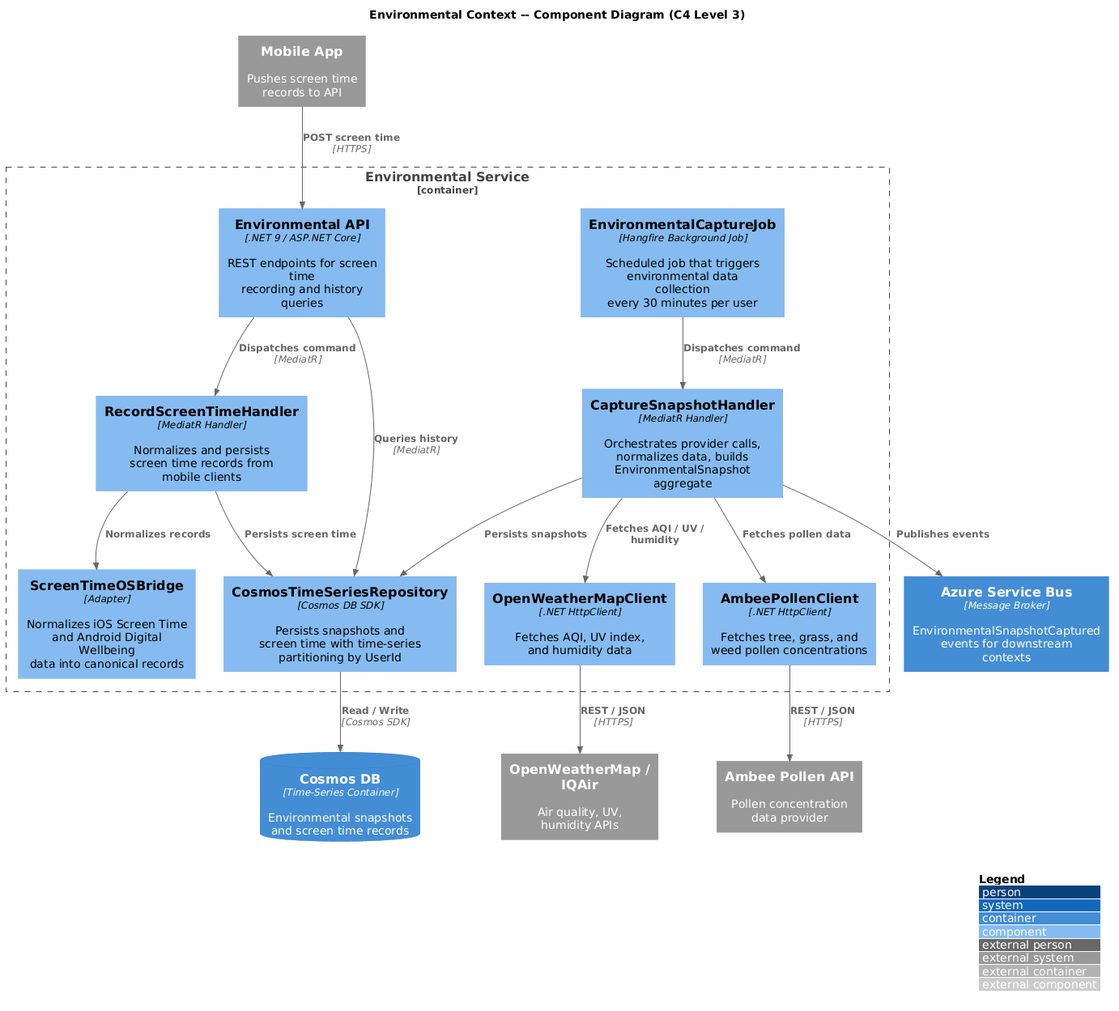
QuinntyneBrown/ClearEyeQ keeps this PlantUML diagram as docs/detailed-design/04-environmental-context/c4-component.png. Above is the earlier version. Source of this version:
```plantuml
@startuml
!include <C4/C4_Component>

title Environmental Context -- Component Diagram (C4 Level 3)

Container_Boundary(env, "Environmental Service") {

    Component(api, "Environmental API", ".NET 9 / ASP.NET Core", "REST endpoints for screen time\nrecording and history queries")

    Component(job, "EnvironmentalCaptureJob", "Hangfire Background Job", "Scheduled job that triggers\nenvironmental data collection\nevery 30 minutes per user")

    Component(handler, "CaptureSnapshotHandler", "MediatR Handler", "Orchestrates provider calls,\nnormalizes data, builds\nEnvironmentalSnapshot aggregate")

    Component(screenHandler, "RecordScreenTimeHandler", "MediatR Handler", "Normalizes and persists\nscreen time records from\nmobile clients")

    Component(weatherAdapter, "OpenWeatherMapClient", ".NET HttpClient", "Fetches AQI, UV index,\nand humidity data")

    Component(pollenAdapter, "AmbeePollenClient", ".NET HttpClient", "Fetches tree, grass, and\nweed pollen concentrations")

    Component(screenBridge, "ScreenTimeOSBridge", "Adapter", "Normalizes iOS Screen Time\nand Android Digital Wellbeing\ndata into canonical records")

    Component(repo, "CosmosTimeSeriesRepository", "Cosmos DB SDK", "Persists snapshots and\nscreen time with time-series\npartitioning by UserId")
}

System_Ext(openweather, "OpenWeatherMap / IQAir", "Air quality, UV,\nhumidity APIs")
System_Ext(ambee, "Ambee Pollen API", "Pollen concentration\ndata provider")
System_Ext(mobile, "Mobile App", "Pushes screen time\nrecords to API")

ContainerDb(cosmos, "Cosmos DB", "Time-Series Container", "Environmental snapshots\nand screen time records")
Container(bus, "Azure Service Bus", "Message Broker", "EnvironmentalSnapshotCaptured\nevents for downstream contexts")

Rel(job, handler, "Dispatches command", "MediatR")
Rel(api, screenHandler, "Dispatches command", "MediatR")
Rel(api, repo, "Queries history", "MediatR")
Rel(handler, weatherAdapter, "Fetches AQI / UV / humidity")
Rel(handler, pollenAdapter, "Fetches pollen data")
Rel(screenHandler, screenBridge, "Normalizes records")
Rel(handler, repo, "Persists snapshots")
Rel(screenHandler, repo, "Persists screen time")
Rel(handler, bus, "Publishes events")
Rel(weatherAdapter, openweather, "REST / JSON", "HTTPS")
Rel(pollenAdapter, ambee, "REST / JSON", "HTTPS")
Rel(mobile, api, "POST screen time", "HTTPS")
Rel(repo, cosmos, "Read / Write", "Cosmos SDK")

LAYOUT_WITH_LEGEND()
@enduml
```
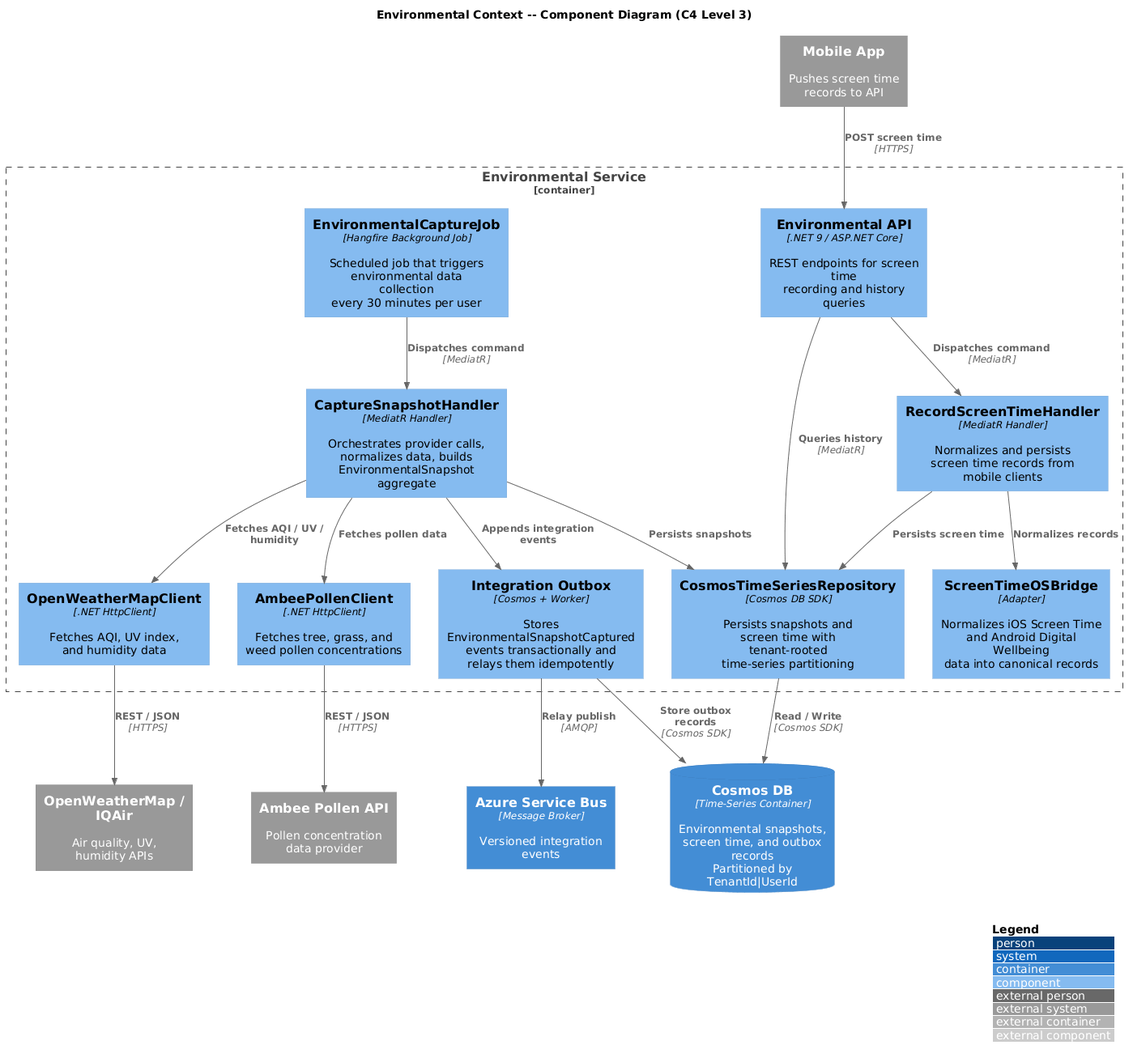
The same diagram one commit later.

The edit, as a diff of the source:
```diff
@@ -19,15 +19,17 @@
 
     Component(screenBridge, "ScreenTimeOSBridge", "Adapter", "Normalizes iOS Screen Time\nand Android Digital Wellbeing\ndata into canonical records")
 
-    Component(repo, "CosmosTimeSeriesRepository", "Cosmos DB SDK", "Persists snapshots and\nscreen time with time-series\npartitioning by UserId")
+    Component(repo, "CosmosTimeSeriesRepository", "Cosmos DB SDK", "Persists snapshots and\nscreen time with tenant-rooted\ntime-series partitioning")
+
+    Component(outbox, "Integration Outbox", "Cosmos + Worker", "Stores EnvironmentalSnapshotCaptured\nevents transactionally and\nrelays them idempotently")
 }
 
 System_Ext(openweather, "OpenWeatherMap / IQAir", "Air quality, UV,\nhumidity APIs")
 System_Ext(ambee, "Ambee Pollen API", "Pollen concentration\ndata provider")
 System_Ext(mobile, "Mobile App", "Pushes screen time\nrecords to API")
 
-ContainerDb(cosmos, "Cosmos DB", "Time-Series Container", "Environmental snapshots\nand screen time records")
-Container(bus, "Azure Service Bus", "Message Broker", "EnvironmentalSnapshotCaptured\nevents for downstream contexts")
+ContainerDb(cosmos, "Cosmos DB", "Time-Series Container", "Environmental snapshots,\nscreen time, and outbox records\nPartitioned by TenantId|UserId")
+Container(bus, "Azure Service Bus", "Message Broker", "Versioned integration events")
 
 Rel(job, handler, "Dispatches command", "MediatR")
 Rel(api, screenHandler, "Dispatches command", "MediatR")
@@ -37,11 +39,13 @@
 Rel(screenHandler, screenBridge, "Normalizes records")
 Rel(handler, repo, "Persists snapshots")
 Rel(screenHandler, repo, "Persists screen time")
-Rel(handler, bus, "Publishes events")
+Rel(handler, outbox, "Appends integration\nevents")
 Rel(weatherAdapter, openweather, "REST / JSON", "HTTPS")
 Rel(pollenAdapter, ambee, "REST / JSON", "HTTPS")
 Rel(mobile, api, "POST screen time", "HTTPS")
 Rel(repo, cosmos, "Read / Write", "Cosmos SDK")
+Rel(outbox, cosmos, "Store outbox\nrecords", "Cosmos SDK")
+Rel(outbox, bus, "Relay publish", "AMQP")
 
 LAYOUT_WITH_LEGEND()
 @enduml
```
